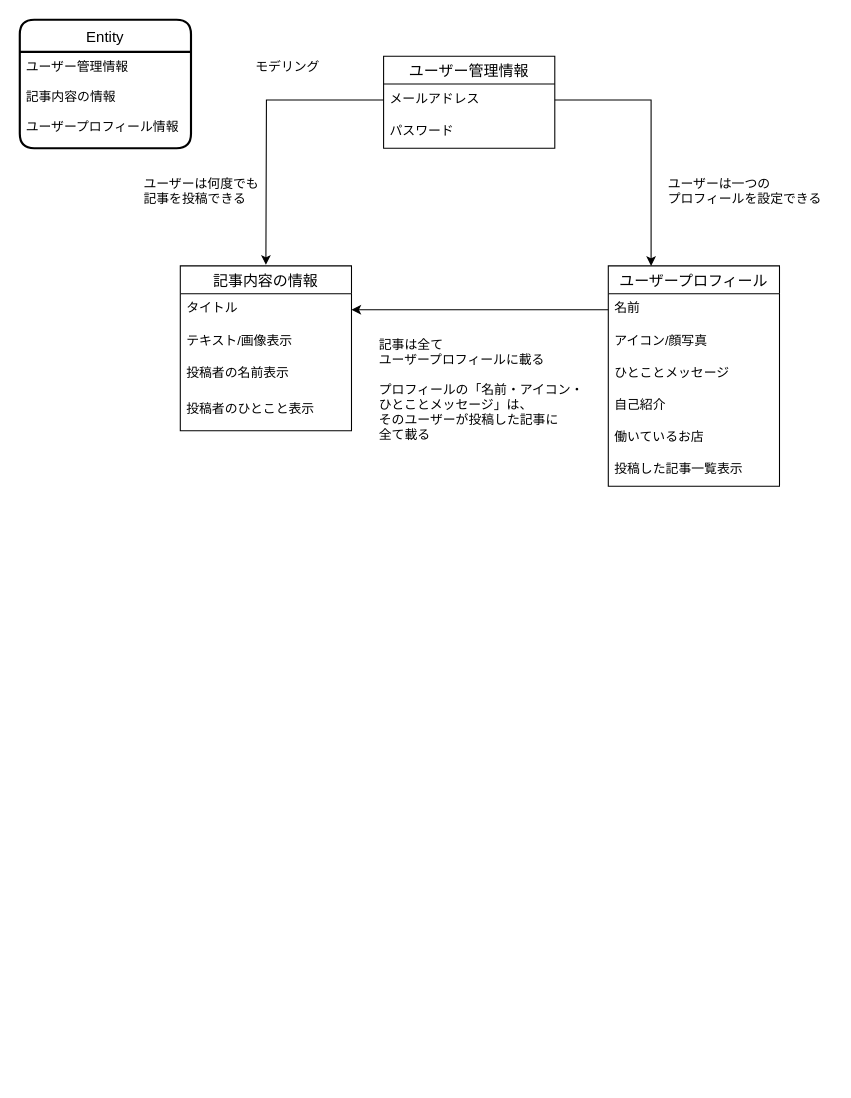
The draw.io diagram youme.dio in yait-ucess/YouMe, before the edit. Source tidied: cells renumbered, new cells numbered last; positions are measured from the earlier drawing's top-left corner, leaving out a move shared by most shapes. Both pictures are drawn from the tidied source at 107%, with x=0, y=0 at pixel (19, 19).
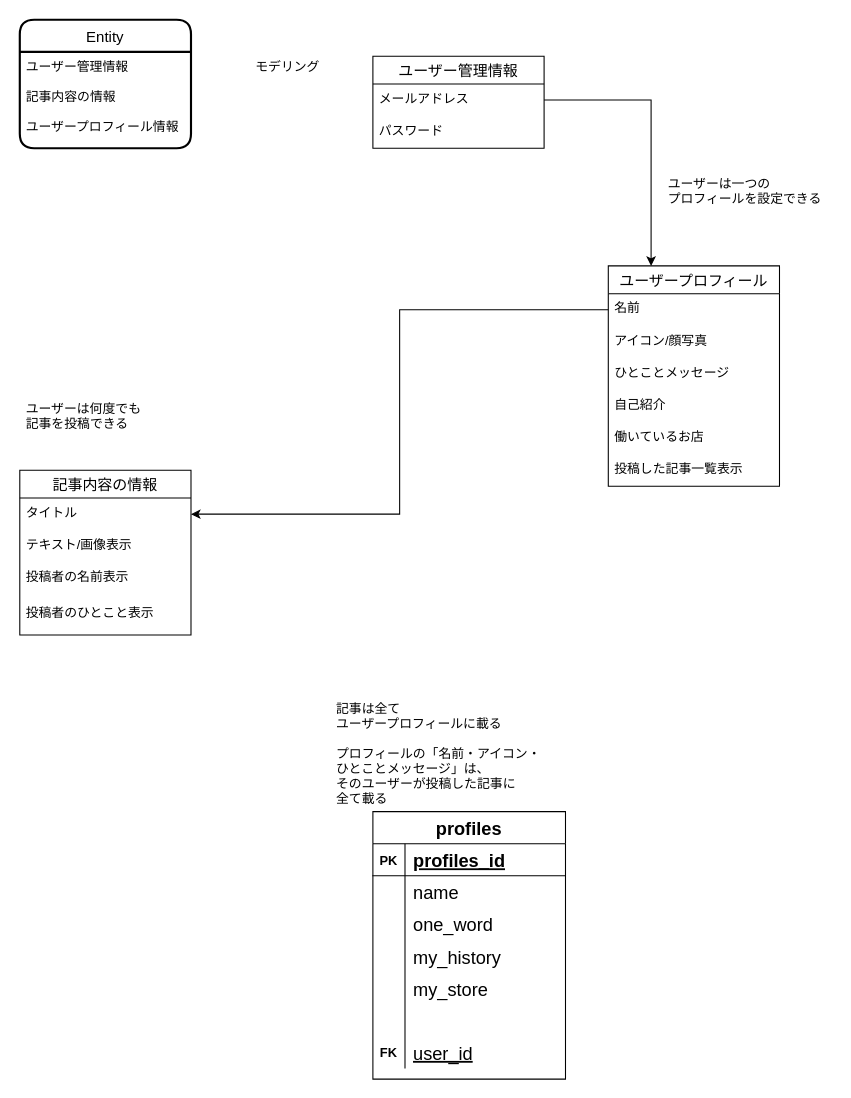
The same diagram, later.

Unchanged cells that the change refers to:
```xml
<mxCell id="5" value="メールアドレス&#10;&#10;" style="text;strokeColor=none;fillColor=none;spacingLeft=4;spacingRight=4;overflow=hidden;points=[[0,0.5],[1,0.5]];portConstraint=eastwest;fontSize=12;" parent="4" vertex="1">
  <mxGeometry y="26" width="160" height="30" as="geometry" />
</mxCell>
```

Diff of the diagram source:
```diff
@@
     <mxCell id="4" value="ユーザー管理情報" style="swimlane;fontStyle=0;horizontal=1;startSize=26;align=center;fontSize=14;" parent="1" vertex="1">
-      <mxGeometry x="340" y="34" width="160" height="86" as="geometry" />
+      <mxGeometry x="330" y="34" width="160" height="86" as="geometry" />
     </mxCell>
@@
     <mxCell id="7" value="記事内容の情報" style="swimlane;fontStyle=0;horizontal=1;startSize=26;align=center;fontSize=14;" parent="1" vertex="1">
-      <mxGeometry x="150" y="230" width="160" height="154" as="geometry" />
+      <mxGeometry y="421" width="160" height="154" as="geometry" />
     </mxCell>
@@
     <mxCell id="13" value="ユーザーは何度でも&#10;記事を投稿できる" style="text;strokeColor=none;fillColor=none;spacingLeft=4;spacingRight=4;overflow=hidden;fontSize=12;" parent="1" vertex="1">
-      <mxGeometry x="110" y="140" width="160" height="34" as="geometry" />
+      <mxGeometry y="350" width="160" height="34" as="geometry" />
     </mxCell>
-    <mxCell id="14" style="edgeStyle=orthogonalEdgeStyle;rounded=0;jettySize=auto;html=1;exitX=0;exitY=0.5;exitDx=0;exitDy=0;" parent="1" edge="1" source="5">
-      <mxGeometry relative="1" as="geometry">
-        <mxPoint x="230" y="229" as="targetPoint" />
-      </mxGeometry>
-    </mxCell>
@@
     <mxCell id="24" value="記事は全て&#10;ユーザープロフィールに載る&#10;&#10;プロフィールの「名前・アイコン・&#10;ひとことメッセージ」は、&#10;そのユーザーが投稿した記事に&#10;全て載る" style="text;strokeColor=none;fillColor=none;spacingLeft=4;spacingRight=4;overflow=hidden;fontSize=12;" parent="1" vertex="1">
-      <mxGeometry x="330" y="290" width="210" height="110" as="geometry" />
+      <mxGeometry x="290" y="630" width="210" height="110" as="geometry" />
     </mxCell>
@@
+    <mxCell id="26" value="profiles" style="shape=table;startSize=30;childLayout=tableLayout;rowLines=0;fontStyle=1;align=center;fontSize=17;" parent="1" vertex="1">
+      <mxGeometry x="330" y="740" width="180" height="250" as="geometry" />
+    </mxCell>
+    <mxCell id="27" style="shape=partialRectangle;fillColor=none;top=0;left=0;bottom=1;right=0;" parent="26" vertex="1">
+      <mxGeometry y="30" width="180" height="30" as="geometry" />
+    </mxCell>
+    <mxCell id="28" value="PK" style="shape=partialRectangle;fillColor=none;top=0;left=0;bottom=0;right=0;fontStyle=1;overflow=hidden;" parent="27" vertex="1">
+      <mxGeometry width="30" height="30" as="geometry" />
+    </mxCell>
+    <mxCell id="29" value="profiles_id" style="shape=partialRectangle;fillColor=none;top=0;left=0;bottom=0;right=0;align=left;spacingLeft=6;fontStyle=5;overflow=hidden;fontSize=17;" parent="27" vertex="1">
+      <mxGeometry x="30" width="150" height="30" as="geometry" />
+    </mxCell>
+    <mxCell id="30" style="shape=partialRectangle;fillColor=none;top=0;left=0;bottom=0;right=0;" parent="26" vertex="1">
+      <mxGeometry y="60" width="180" height="30" as="geometry" />
+    </mxCell>
+    <mxCell id="31" style="shape=partialRectangle;fillColor=none;top=0;left=0;bottom=0;right=0;overflow=hidden;" parent="30" vertex="1">
+      <mxGeometry width="30" height="30" as="geometry" />
+    </mxCell>
+    <mxCell id="32" value="name" style="shape=partialRectangle;fillColor=none;top=0;left=0;bottom=0;right=0;align=left;spacingLeft=6;overflow=hidden;fontSize=17;" parent="30" vertex="1">
+      <mxGeometry x="30" width="150" height="30" as="geometry" />
+    </mxCell>
+    <mxCell id="33" style="shape=partialRectangle;fillColor=none;top=0;left=0;bottom=0;right=0;" parent="26" vertex="1">
+      <mxGeometry y="90" width="180" height="30" as="geometry" />
+    </mxCell>
+    <mxCell id="34" style="shape=partialRectangle;fillColor=none;top=0;left=0;bottom=0;right=0;overflow=hidden;" parent="33" vertex="1">
+      <mxGeometry width="30" height="30" as="geometry" />
+    </mxCell>
+    <mxCell id="35" value="one_word" style="shape=partialRectangle;fillColor=none;top=0;left=0;bottom=0;right=0;align=left;spacingLeft=6;overflow=hidden;fontSize=17;" parent="33" vertex="1">
+      <mxGeometry x="30" width="150" height="30" as="geometry" />
+    </mxCell>
+    <mxCell id="36" style="shape=partialRectangle;fillColor=none;top=0;left=0;bottom=0;right=0;" parent="26" vertex="1">
+      <mxGeometry y="120" width="180" height="30" as="geometry" />
+    </mxCell>
+    <mxCell id="37" style="shape=partialRectangle;fillColor=none;top=0;left=0;bottom=0;right=0;overflow=hidden;" parent="36" vertex="1">
+      <mxGeometry width="30" height="30" as="geometry" />
+    </mxCell>
+    <mxCell id="38" value="my_history" style="shape=partialRectangle;fillColor=none;top=0;left=0;bottom=0;right=0;align=left;spacingLeft=6;overflow=hidden;fontSize=17;" parent="36" vertex="1">
+      <mxGeometry x="30" width="150" height="30" as="geometry" />
+    </mxCell>
+    <mxCell id="39" style="shape=partialRectangle;fillColor=none;top=0;left=0;bottom=0;right=0;" parent="26" vertex="1">
+      <mxGeometry y="150" width="180" height="30" as="geometry" />
+    </mxCell>
+    <mxCell id="40" style="shape=partialRectangle;fillColor=none;top=0;left=0;bottom=0;right=0;overflow=hidden;" parent="39" vertex="1">
+      <mxGeometry width="30" height="30" as="geometry" />
+    </mxCell>
+    <mxCell id="41" value="my_store" style="shape=partialRectangle;fillColor=none;top=0;left=0;bottom=0;right=0;align=left;spacingLeft=6;overflow=hidden;fontSize=17;" parent="39" vertex="1">
+      <mxGeometry x="30" width="150" height="30" as="geometry" />
+    </mxCell>
+    <mxCell id="42" style="shape=partialRectangle;fillColor=none;top=0;left=0;bottom=0;right=0;" parent="26" vertex="1">
+      <mxGeometry y="180" width="180" height="30" as="geometry" />
+    </mxCell>
+    <mxCell id="43" style="shape=partialRectangle;fillColor=none;top=0;left=0;bottom=0;right=0;overflow=hidden;" parent="42" vertex="1">
+      <mxGeometry width="30" height="30" as="geometry" />
+    </mxCell>
+    <mxCell id="44" style="shape=partialRectangle;fillColor=none;top=0;left=0;bottom=0;right=0;align=left;spacingLeft=6;overflow=hidden;" parent="42" vertex="1">
+      <mxGeometry x="30" width="150" height="30" as="geometry" />
+    </mxCell>
+    <mxCell id="45" style="shape=partialRectangle;fillColor=none;top=0;left=0;bottom=0;right=0;" parent="26" vertex="1">
+      <mxGeometry y="210" width="180" height="30" as="geometry" />
+    </mxCell>
+    <mxCell id="46" value="FK" style="shape=partialRectangle;fillColor=none;top=0;left=0;bottom=0;right=0;overflow=hidden;fontSize=12;fontStyle=1;" parent="45" vertex="1">
+      <mxGeometry width="30" height="30" as="geometry" />
+    </mxCell>
+    <mxCell id="47" value="user_id" style="shape=partialRectangle;fillColor=none;top=0;left=0;bottom=0;right=0;align=left;spacingLeft=6;overflow=hidden;fontSize=17;fontStyle=4;" parent="45" vertex="1">
+      <mxGeometry x="30" width="150" height="30" as="geometry" />
+    </mxCell>
```
